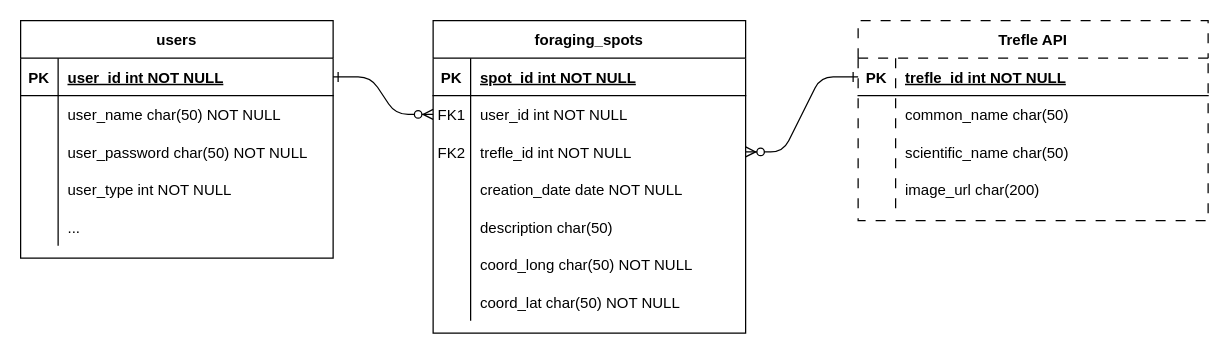
Earlier version of the draw.io diagram mushmap_db.drawio (dalibormrska/foraging_map). Source tidied: cells renumbered, new cells numbered last; positions are measured from the earlier drawing's top-left corner, leaving out a move shared by most shapes. Both pictures are drawn from the tidied source at 125%, with x=0, y=0 at pixel (20, 20).
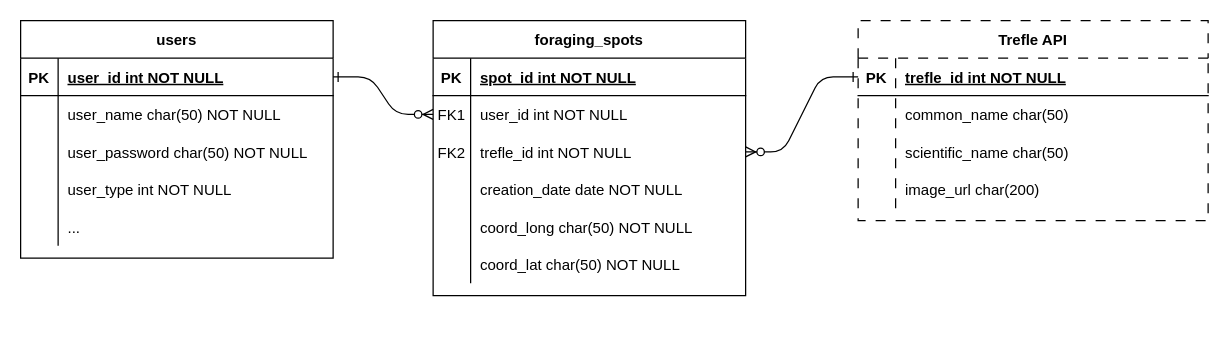
The same diagram, later.

Change to the diagram source:
```diff
@@
     <mxCell id="3" value="foraging_spots" style="shape=table;startSize=30;childLayout=tableLayout;rowLines=0;fontStyle=1;align=center;" parent="1" vertex="1">
-      <mxGeometry x="330" width="250" height="250" as="geometry" />
+      <mxGeometry x="330" width="250" height="220" as="geometry" />
     </mxCell>
@@
-    <mxCell id="16" style="shape=partialRectangle;fillColor=none;top=0;left=0;right=0;bottom=0;" parent="3" vertex="1">
-      <mxGeometry y="150" width="250" height="30" as="geometry" />
-    </mxCell>
-    <mxCell id="17" style="shape=partialRectangle;overflow=hidden;fillColor=none;top=0;left=0;bottom=0;right=0;" parent="16" vertex="1">
-      <mxGeometry width="30" height="30" as="geometry" />
-    </mxCell>
-    <mxCell id="18" value="description char(50)" style="shape=partialRectangle;overflow=hidden;fillColor=none;top=0;left=0;bottom=0;right=0;align=left;spacingLeft=6;strokeWidth=1;" parent="16" vertex="1">
-      <mxGeometry x="30" width="220" height="30" as="geometry" />
-    </mxCell>
     <mxCell id="19" style="shape=partialRectangle;fillColor=none;top=0;left=0;right=0;bottom=0;" parent="3" vertex="1">
-      <mxGeometry y="180" width="250" height="30" as="geometry" />
+      <mxGeometry y="150" width="250" height="30" as="geometry" />
     </mxCell>
@@
     <mxCell id="22" style="shape=partialRectangle;fillColor=none;top=0;left=0;right=0;bottom=0;" parent="3" vertex="1">
-      <mxGeometry y="210" width="250" height="30" as="geometry" />
+      <mxGeometry y="180" width="250" height="30" as="geometry" />
     </mxCell>
```
